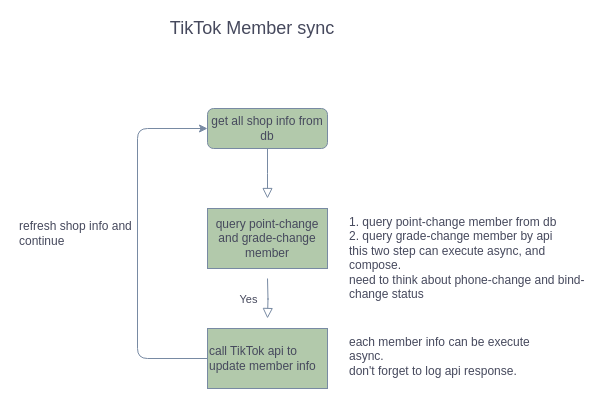
The draw.io diagram tiktok sync.drawio in yongqiangG/drawio, before the edit. Source tidied: cells renumbered, new cells numbered last; positions are measured from the earlier drawing's top-left corner, leaving out a move shared by most shapes. Both pictures are drawn from the tidied source at 100%, with x=0, y=0 at pixel (17, 18).
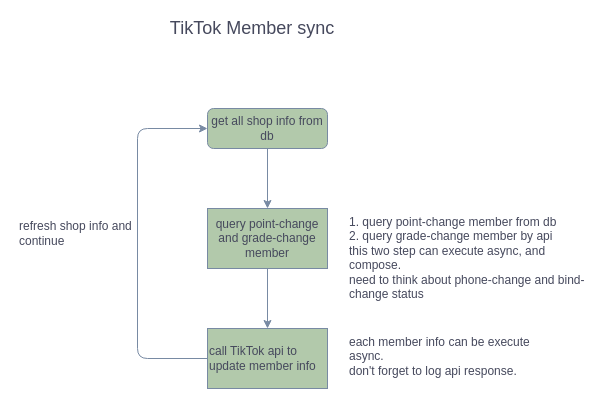
The same page after the edit.

What changed in the source:
```diff
@@
 <mxGraphModel>
   <root>
     <mxCell id="0" />
     <mxCell id="1" parent="0" />
-    <mxCell id="2" style="rounded=0;html=1;jettySize=auto;fontSize=11;endArrow=block;endFill=0;endSize=8;strokeWidth=1;shadow=0;labelBackgroundColor=none;edgeStyle=orthogonalEdgeStyle;strokeColor=#788AA3;fontColor=#46495D;" parent="1" edge="1" source="3">
-      <mxGeometry relative="1" as="geometry">
-        <mxPoint x="250" y="180" as="targetPoint" />
-      </mxGeometry>
-    </mxCell>
+    <mxCell id="12" style="edgeStyle=orthogonalEdgeStyle;curved=0;rounded=1;sketch=0;jettySize=auto;html=1;fontColor=#46495D;strokeColor=#788AA3;fillColor=#B2C9AB;" parent="1" edge="1" source="3" target="6">
+      <mxGeometry relative="1" as="geometry" />
+    </mxCell>
     <mxCell id="3" value="get all shop info from db" style="rounded=1;whiteSpace=wrap;html=1;fontSize=12;glass=0;strokeWidth=1;shadow=0;fillColor=#B2C9AB;strokeColor=#788AA3;fontColor=#46495D;" parent="1" vertex="1">
       <mxGeometry x="190" y="90" width="120" height="40" as="geometry" />
     </mxCell>
-    <mxCell id="4" value="Yes" style="rounded=0;html=1;jettySize=auto;orthogonalLoop=1;fontSize=11;endArrow=block;endFill=0;endSize=8;strokeWidth=1;shadow=0;labelBackgroundColor=none;edgeStyle=orthogonalEdgeStyle;strokeColor=#788AA3;fontColor=#46495D;" parent="1" edge="1">
-      <mxGeometry y="20" relative="1" as="geometry">
-        <mxPoint x="250" y="260" as="sourcePoint" />
-        <mxPoint x="250" y="300" as="targetPoint" />
-      </mxGeometry>
-    </mxCell>
     <mxCell id="5" value="&lt;font style=&quot;font-size: 18px&quot;&gt;TikTok Member sync&lt;/font&gt;" style="text;html=1;strokeColor=none;fillColor=none;align=center;verticalAlign=middle;whiteSpace=wrap;rounded=0;sketch=0;fontColor=#46495D;" parent="1" vertex="1">
       <mxGeometry x="110" width="250" height="20" as="geometry" />
     </mxCell>
+    <mxCell id="13" style="edgeStyle=orthogonalEdgeStyle;curved=0;rounded=1;sketch=0;jettySize=auto;html=1;fontColor=#46495D;strokeColor=#788AA3;fillColor=#B2C9AB;" parent="1" edge="1" source="6" target="9">
+      <mxGeometry relative="1" as="geometry" />
+    </mxCell>
     <mxCell id="6" value="query point-change and grade-change member" style="rounded=0;whiteSpace=wrap;html=1;sketch=0;fontColor=#46495D;strokeColor=#788AA3;fillColor=#B2C9AB;" parent="1" vertex="1">
       <mxGeometry x="190" y="190" width="120" height="60" as="geometry" />
     </mxCell>
     <mxCell id="7" value="1. query point-change member from db&lt;br&gt;2. query grade-change member by api&lt;br&gt;this two step can execute async, and compose.&lt;br&gt;need to think about phone-change and bind-change status" style="text;html=1;strokeColor=none;fillColor=none;align=left;verticalAlign=top;whiteSpace=wrap;rounded=0;sketch=0;fontColor=#46495D;" parent="1" vertex="1">
       <mxGeometry x="330" y="190" width="250" height="100" as="geometry" />
     </mxCell>
     <mxCell id="8" style="edgeStyle=orthogonalEdgeStyle;curved=0;rounded=1;sketch=0;jettySize=auto;html=1;entryX=0;entryY=0.5;entryDx=0;entryDy=0;fontColor=#46495D;strokeColor=#788AA3;fillColor=#B2C9AB;" parent="1" edge="1" source="9" target="3">
       <mxGeometry relative="1" as="geometry">
         <Array as="points">
           <mxPoint x="120" y="340" />
           <mxPoint x="120" y="110" />
         </Array>
       </mxGeometry>
     </mxCell>
     <mxCell id="9" value="call TikTok api to update member info" style="rounded=0;whiteSpace=wrap;html=1;sketch=0;fontColor=#46495D;strokeColor=#788AA3;fillColor=#B2C9AB;align=left;" parent="1" vertex="1">
       <mxGeometry x="190" y="310" width="120" height="60" as="geometry" />
     </mxCell>
     <mxCell id="10" value="each member info can be execute async.&lt;br&gt;don't forget to log api response." style="text;html=1;strokeColor=none;fillColor=none;align=left;verticalAlign=top;whiteSpace=wrap;rounded=0;sketch=0;fontColor=#46495D;" parent="1" vertex="1">
       <mxGeometry x="330" y="310" width="210" height="70" as="geometry" />
     </mxCell>
     <mxCell id="11" value="refresh shop info and continue" style="text;html=1;strokeColor=none;fillColor=none;align=left;verticalAlign=middle;whiteSpace=wrap;rounded=0;sketch=0;fontColor=#46495D;" parent="1" vertex="1">
       <mxGeometry y="170" width="120" height="90" as="geometry" />
     </mxCell>
   </root>
 </mxGraphModel>
```
